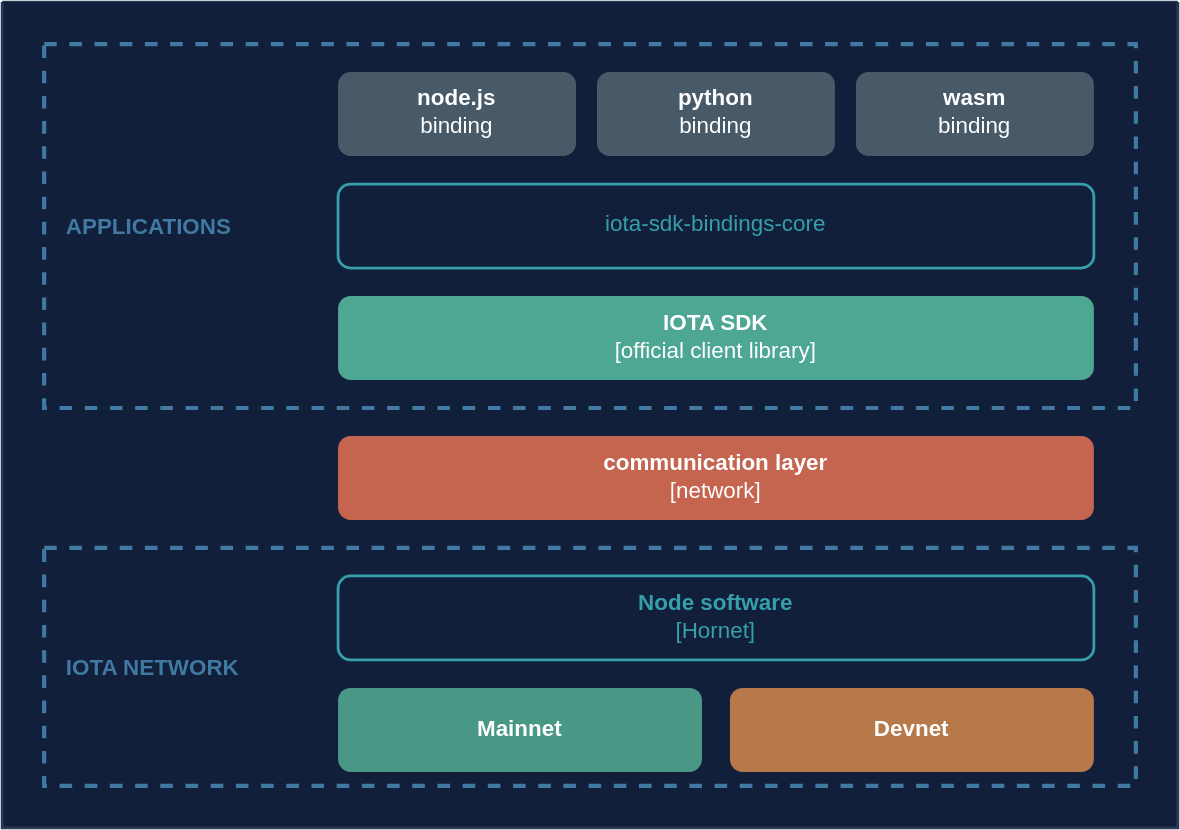
Earlier version of the draw.io export documentation/sdk/static/img/layered_overview.svg (iotaledger/iota-sdk). Source tidied: cells renumbered, new cells last; positions are measured from the earlier drawing's top-left corner, leaving out a move shared by most shapes.
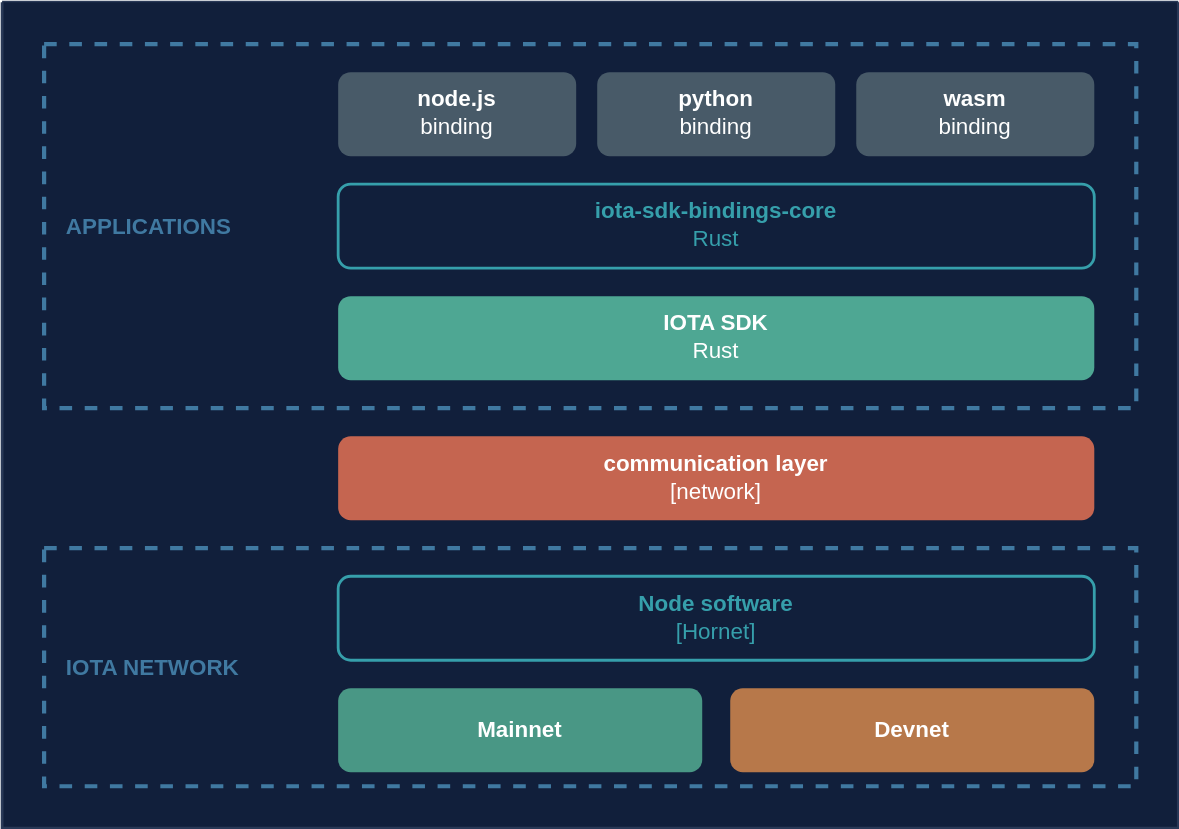
Above is the later version.

Diff of the diagram source:
```diff
@@ -26,13 +26,13 @@
         <mxPoint y="-17" as="offset" />
       </mxGeometry>
     </mxCell>
-    <mxCell id="8" value="&lt;span style=&quot;line-height: 1; font-size: 16px;&quot;&gt;&lt;font style=&quot;font-size: 16px;&quot;&gt;&lt;b&gt;IOTA SDK&lt;/b&gt;&lt;br style=&quot;font-size: 16px;&quot;&gt;&lt;span style=&quot;font-size: 16px;&quot;&gt;[official client library]&lt;/span&gt;&lt;br style=&quot;font-size: 16px;&quot;&gt;&lt;/font&gt;&lt;/span&gt;" style="rounded=1;whiteSpace=wrap;html=1;fontFamily=Helvetica;fontSize=16;fillColor=#4EA793;spacingBottom=3;strokeColor=none;fontColor=#FFFFFF;" parent="2" vertex="1">
+    <mxCell id="8" value="&lt;span style=&quot;line-height: 1; font-size: 16px;&quot;&gt;&lt;font style=&quot;font-size: 16px;&quot;&gt;&lt;b&gt;IOTA SDK&lt;/b&gt;&lt;br style=&quot;font-size: 16px;&quot;&gt;Rust&lt;br style=&quot;font-size: 16px;&quot;&gt;&lt;/font&gt;&lt;/span&gt;" style="rounded=1;whiteSpace=wrap;html=1;fontFamily=Helvetica;fontSize=16;fillColor=#4EA793;spacingBottom=3;strokeColor=none;fontColor=#FFFFFF;" parent="2" vertex="1">
       <mxGeometry x="240" y="210" width="540" height="60" as="geometry" />
     </mxCell>
     <mxCell id="9" value="&lt;span style=&quot;line-height: 1; font-size: 16px;&quot;&gt;&lt;font style=&quot;font-size: 16px;&quot;&gt;&lt;span style=&quot;font-size: 16px;&quot;&gt;&lt;b style=&quot;font-size: 16px;&quot;&gt;communication layer&lt;br style=&quot;font-size: 16px;&quot;&gt;&lt;/b&gt;[network]&lt;/span&gt;&lt;br style=&quot;font-size: 16px;&quot;&gt;&lt;/font&gt;&lt;/span&gt;" style="rounded=1;whiteSpace=wrap;html=1;fontFamily=Helvetica;fontSize=16;fillColor=#C56550;spacingBottom=3;strokeColor=none;fontColor=#FFFFFF;" parent="2" vertex="1">
       <mxGeometry x="240" y="310" width="540" height="60" as="geometry" />
     </mxCell>
-    <mxCell id="10" value="&lt;span style=&quot;line-height: 1; font-size: 16px;&quot;&gt;iota-sdk-bindings-core&lt;br style=&quot;font-size: 16px;&quot;&gt;&lt;/span&gt;" style="rounded=1;whiteSpace=wrap;html=1;fontFamily=Helvetica;fontSize=16;fillColor=none;spacingBottom=3;strokeColor=#369FAB;strokeWidth=2;fontColor=#369FAB;" parent="2" vertex="1">
+    <mxCell id="10" value="&lt;span style=&quot;line-height: 1; font-size: 16px;&quot;&gt;&lt;b style=&quot;border-color: var(--border-color);&quot;&gt;iota-sdk-bindings-core&lt;br style=&quot;border-color: var(--border-color);&quot;&gt;&lt;/b&gt;Rust&lt;br style=&quot;font-size: 16px;&quot;&gt;&lt;/span&gt;" style="rounded=1;whiteSpace=wrap;html=1;fontFamily=Helvetica;fontSize=16;fillColor=none;spacingBottom=3;strokeColor=#369FAB;strokeWidth=2;fontColor=#369FAB;" parent="2" vertex="1">
       <mxGeometry x="240" y="130" width="540" height="60" as="geometry" />
     </mxCell>
     <mxCell id="11" value="&lt;span style=&quot;line-height: 1; font-size: 16px;&quot;&gt;&lt;font style=&quot;font-size: 16px;&quot;&gt;&lt;b&gt;Mainnet&lt;/b&gt;&lt;br style=&quot;font-size: 16px;&quot;&gt;&lt;/font&gt;&lt;/span&gt;" style="rounded=1;whiteSpace=wrap;html=1;fontFamily=Helvetica;fontSize=16;fillColor=#499785;spacingBottom=3;strokeColor=none;fontColor=#FFFFFF;" parent="2" vertex="1">
```
